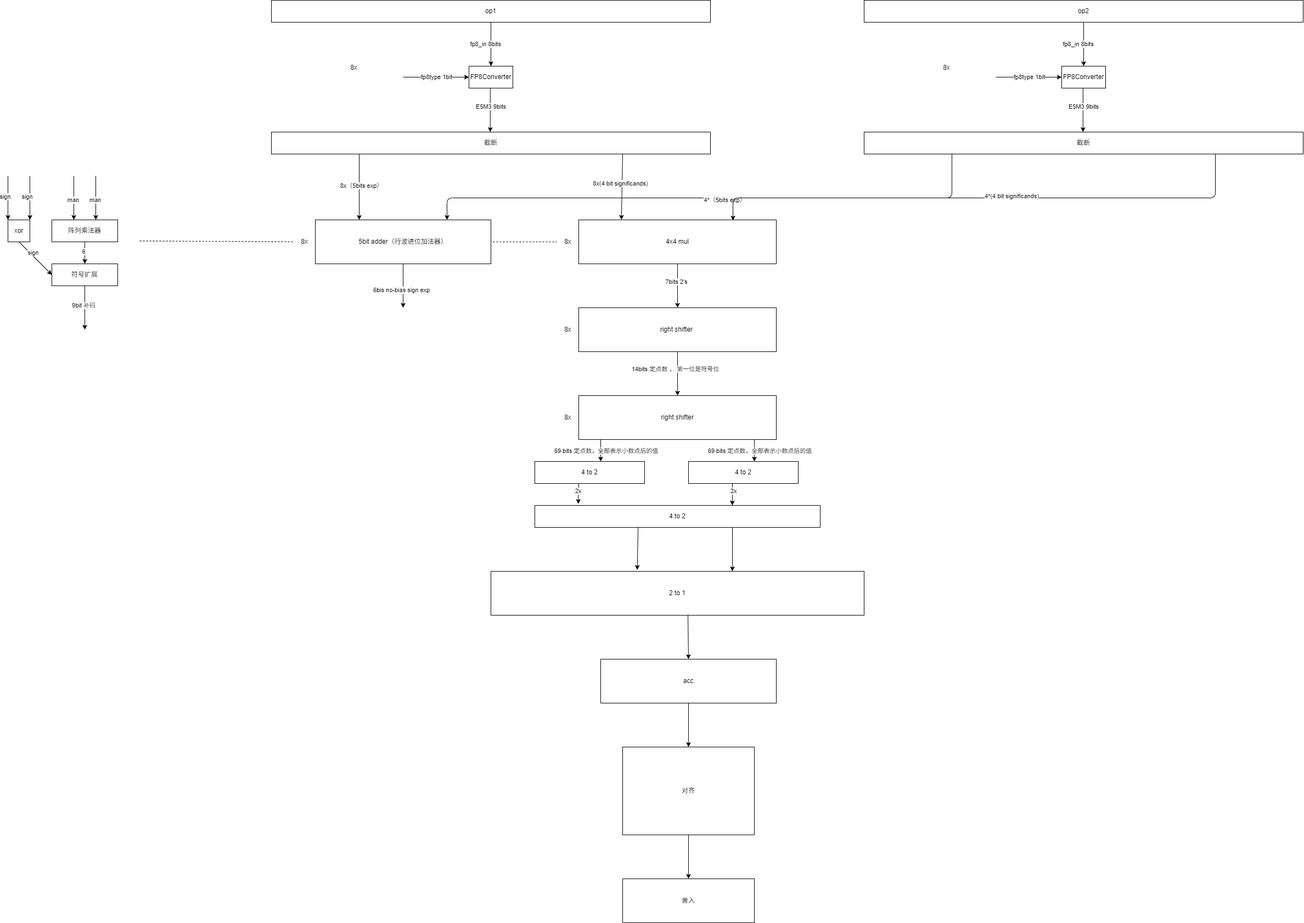
This is image.drawio.png from curryfromuestc/FP8fpu, a draw.io export, as it was before one commit. Source tidied: cells renumbered, new cells last; positions are measured from the earlier drawing's top-left corner, leaving out a move shared by most shapes.
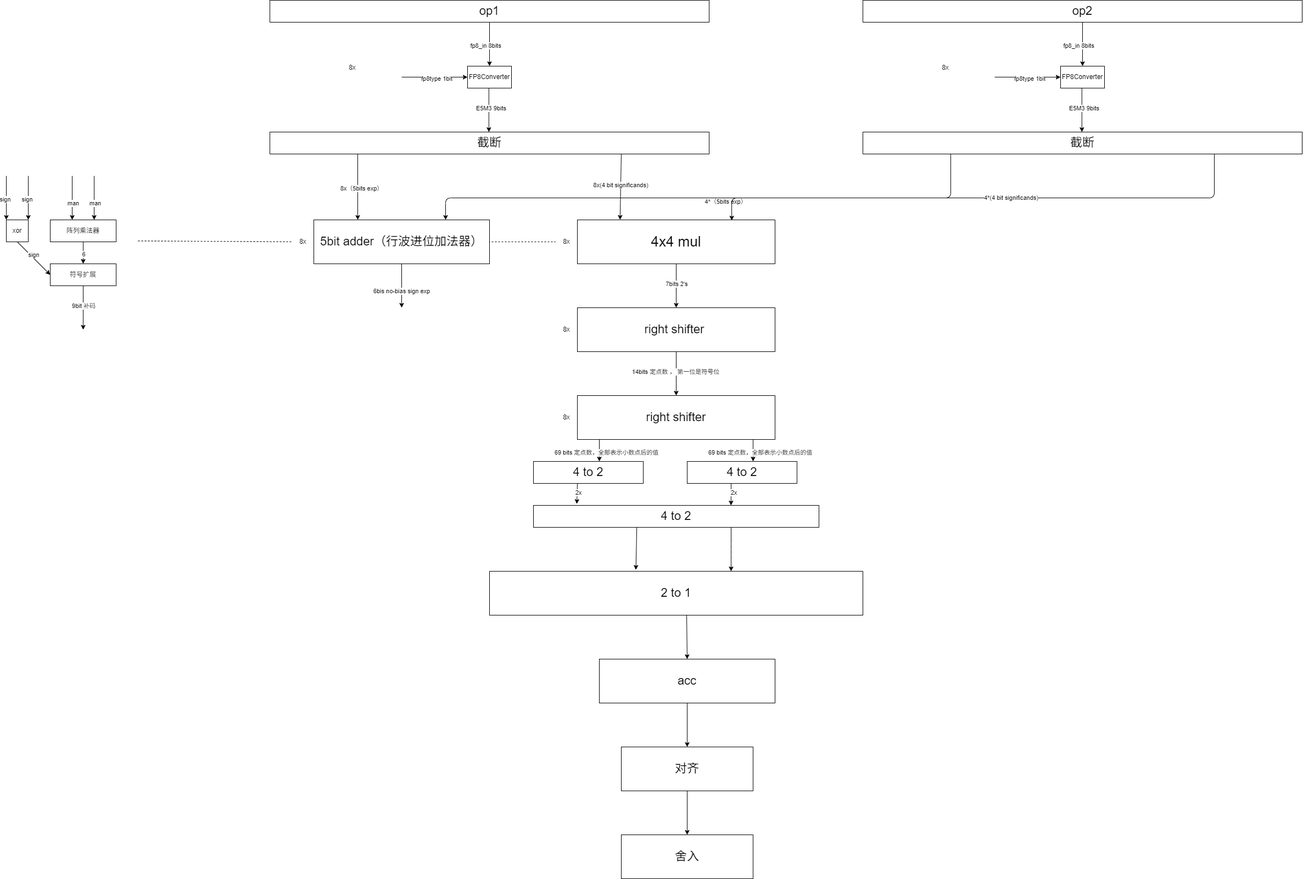
After the commit.

Change to the diagram source:
```diff
@@ -38,10 +38,10 @@
         <mxPoint x="2" as="offset" />
       </mxGeometry>
     </mxCell>
-    <mxCell id="9" value="op1" style="rounded=0;whiteSpace=wrap;html=1;" parent="1" vertex="1">
+    <mxCell id="9" value="&lt;font style=&quot;font-size: 22px;&quot;&gt;op1&lt;/font&gt;" style="rounded=0;whiteSpace=wrap;html=1;" parent="1" vertex="1">
       <mxGeometry x="480" width="800" height="40" as="geometry" />
     </mxCell>
-    <mxCell id="10" value="截断" style="rounded=0;whiteSpace=wrap;html=1;" parent="1" vertex="1">
+    <mxCell id="10" value="&lt;font style=&quot;font-size: 22px;&quot;&gt;截断&lt;/font&gt;" style="rounded=0;whiteSpace=wrap;html=1;" parent="1" vertex="1">
       <mxGeometry x="480" y="240" width="800" height="40" as="geometry" />
     </mxCell>
     <mxCell id="11" style="endArrow=classic;html=1;entryX=0.25;entryY=0;entryDx=0;entryDy=0;" parent="1" edge="1" target="40">
@@ -84,7 +84,7 @@
     <mxCell id="18" value="4*(4 bit significands)" style="edgeLabel;html=1;align=center;verticalAlign=middle;" parent="17" vertex="1">
       <mxGeometry x="-0.1" y="-3" relative="1" as="geometry" />
     </mxCell>
-    <mxCell id="19" value="4x4 mul" style="rounded=0;whiteSpace=wrap;html=1;" parent="1" vertex="1">
+    <mxCell id="19" value="&lt;font style=&quot;font-size: 26px;&quot;&gt;4x4 mul&lt;/font&gt;" style="rounded=0;whiteSpace=wrap;html=1;" parent="1" vertex="1">
       <mxGeometry x="1040" y="400" width="360" height="80" as="geometry" />
     </mxCell>
     <mxCell id="20" style="endArrow=none;dashed=1;html=1;" parent="1" edge="1" source="39">
@@ -169,7 +169,7 @@
     <mxCell id="39" value="8x" style="text;html=1;align=center;verticalAlign=middle;points=[];strokeColor=none;fillColor=none;" parent="1" vertex="1">
       <mxGeometry x="1000" y="425" width="40" height="30" as="geometry" />
     </mxCell>
-    <mxCell id="40" value="5bit adder（行波进位加法器）" style="rounded=0;whiteSpace=wrap;html=1;" parent="1" vertex="1">
+    <mxCell id="40" value="&lt;font style=&quot;font-size: 22px;&quot;&gt;5bit adder（行波进位加法器）&lt;/font&gt;" style="rounded=0;whiteSpace=wrap;html=1;" parent="1" vertex="1">
       <mxGeometry x="560" y="400" width="320" height="80" as="geometry" />
     </mxCell>
     <mxCell id="41" style="endArrow=none;dashed=1;html=1;" parent="1" edge="1" target="42">
@@ -198,7 +198,7 @@
     <mxCell id="46" value="6bis no-bias sign exp" style="edgeLabel;html=1;align=center;verticalAlign=middle;" parent="45" vertex="1">
       <mxGeometry x="0.19" y="-3" relative="1" as="geometry" />
     </mxCell>
-    <mxCell id="47" value="right shifter&amp;nbsp;" style="rounded=0;whiteSpace=wrap;html=1;" parent="1" vertex="1">
+    <mxCell id="47" value="&lt;font style=&quot;font-size: 22px;&quot;&gt;right shifter&amp;nbsp;&lt;/font&gt;" style="rounded=0;whiteSpace=wrap;html=1;" parent="1" vertex="1">
       <mxGeometry x="1040" y="560" width="360" height="80" as="geometry" />
     </mxCell>
     <mxCell id="48" style="endArrow=classic;html=1;" parent="1" edge="1">
@@ -213,7 +213,7 @@
     <mxCell id="50" value="8x" style="text;html=1;align=center;verticalAlign=middle;strokeColor=none;fillColor=none;" parent="1" vertex="1">
       <mxGeometry x="1000" y="585" width="40" height="30" as="geometry" />
     </mxCell>
-    <mxCell id="51" value="right shifter" style="rounded=0;whiteSpace=wrap;html=1;" parent="1" vertex="1">
+    <mxCell id="51" value="&lt;font style=&quot;font-size: 22px;&quot;&gt;right shifter&lt;/font&gt;" style="rounded=0;whiteSpace=wrap;html=1;" parent="1" vertex="1">
       <mxGeometry x="1040" y="720" width="360" height="80" as="geometry" />
     </mxCell>
     <mxCell id="52" style="endArrow=classic;html=1;" parent="1" edge="1">
@@ -230,10 +230,10 @@
     <mxCell id="54" value="8x" style="text;html=1;align=center;verticalAlign=middle;strokeColor=none;fillColor=none;" parent="1" vertex="1">
       <mxGeometry x="1000" y="745" width="40" height="30" as="geometry" />
     </mxCell>
-    <mxCell id="55" value="4 to 2" style="rounded=0;whiteSpace=wrap;html=1;" parent="1" vertex="1">
+    <mxCell id="55" value="&lt;font style=&quot;font-size: 22px;&quot;&gt;4 to 2&lt;/font&gt;" style="rounded=0;whiteSpace=wrap;html=1;" parent="1" vertex="1">
       <mxGeometry x="960" y="840" width="200" height="40" as="geometry" />
     </mxCell>
-    <mxCell id="56" value="2 to 1" style="rounded=0;whiteSpace=wrap;html=1;" parent="1" vertex="1">
+    <mxCell id="56" value="&lt;font style=&quot;font-size: 22px;&quot;&gt;2 to 1&lt;/font&gt;" style="rounded=0;whiteSpace=wrap;html=1;" parent="1" vertex="1">
       <mxGeometry x="880" y="1040" width="680" height="80" as="geometry" />
     </mxCell>
     <mxCell id="57" style="endArrow=classic;html=1;entryX=0.392;entryY=-0.033;entryDx=0;entryDy=0;entryPerimeter=0;exitX=0.362;exitY=0.976;exitDx=0;exitDy=0;exitPerimeter=0;" parent="1" edge="1" source="75" target="56">
@@ -247,22 +247,22 @@
         </Array>
       </mxGeometry>
     </mxCell>
-    <mxCell id="59" value="acc" style="rounded=0;whiteSpace=wrap;html=1;" parent="1" vertex="1">
+    <mxCell id="59" value="&lt;font style=&quot;font-size: 22px;&quot;&gt;acc&lt;/font&gt;" style="rounded=0;whiteSpace=wrap;html=1;" parent="1" vertex="1">
       <mxGeometry x="1080" y="1200" width="320" height="80" as="geometry" />
     </mxCell>
-    <mxCell id="60" value="对齐" style="rounded=0;whiteSpace=wrap;html=1;" parent="1" vertex="1">
-      <mxGeometry x="1120" y="1360" width="240" height="160" as="geometry" />
+    <mxCell id="60" value="&lt;font style=&quot;font-size: 22px;&quot;&gt;对齐&lt;/font&gt;" style="rounded=0;whiteSpace=wrap;html=1;" parent="1" vertex="1">
+      <mxGeometry x="1120" y="1360" width="240" height="80" as="geometry" />
     </mxCell>
     <mxCell id="61" style="endArrow=classic;html=1;entryX=0.5;entryY=0;entryDx=0;entryDy=0;exitX=0.5;exitY=1;exitDx=0;exitDy=0;" parent="1" edge="1" source="59" target="60">
       <mxGeometry relative="1" as="geometry" />
     </mxCell>
     <mxCell id="62" style="endArrow=classic;html=1;entryX=0.5;entryY=0;entryDx=0;entryDy=0;" parent="1" edge="1" target="63">
       <mxGeometry relative="1" as="geometry">
-        <mxPoint x="1240" y="1520" as="sourcePoint" />
+        <mxPoint x="1240" y="1440" as="sourcePoint" />
       </mxGeometry>
     </mxCell>
-    <mxCell id="63" value="舍入" style="rounded=0;whiteSpace=wrap;html=1;" parent="1" vertex="1">
-      <mxGeometry x="1120" y="1600" width="240" height="80" as="geometry" />
+    <mxCell id="63" value="&lt;font style=&quot;font-size: 22px;&quot;&gt;舍入&lt;/font&gt;" style="rounded=0;whiteSpace=wrap;html=1;" parent="1" vertex="1">
+      <mxGeometry x="1120" y="1520" width="240" height="80" as="geometry" />
     </mxCell>
     <mxCell id="64" value="8x" style="text;html=1;align=center;verticalAlign=middle;strokeColor=none;fillColor=none;" parent="1" vertex="1">
       <mxGeometry x="610" y="108" width="40" height="30" as="geometry" />
@@ -303,16 +303,16 @@
         <mxPoint x="2" as="offset" />
       </mxGeometry>
     </mxCell>
-    <mxCell id="72" value="op2" style="rounded=0;whiteSpace=wrap;html=1;" parent="1" vertex="1">
+    <mxCell id="72" value="&lt;font style=&quot;font-size: 22px;&quot;&gt;op2&lt;/font&gt;" style="rounded=0;whiteSpace=wrap;html=1;" parent="1" vertex="1">
       <mxGeometry x="1560" width="800" height="40" as="geometry" />
     </mxCell>
-    <mxCell id="73" value="截断" style="rounded=0;whiteSpace=wrap;html=1;" parent="1" vertex="1">
+    <mxCell id="73" value="&lt;font style=&quot;font-size: 22px;&quot;&gt;截断&lt;/font&gt;" style="rounded=0;whiteSpace=wrap;html=1;" parent="1" vertex="1">
       <mxGeometry x="1560" y="240" width="800" height="40" as="geometry" />
     </mxCell>
     <mxCell id="74" value="8x" style="text;html=1;align=center;verticalAlign=middle;strokeColor=none;fillColor=none;" parent="1" vertex="1">
       <mxGeometry x="1690" y="108" width="40" height="30" as="geometry" />
     </mxCell>
-    <mxCell id="75" value="4 to 2" style="rounded=0;whiteSpace=wrap;html=1;" parent="1" vertex="1">
+    <mxCell id="75" value="&lt;font style=&quot;font-size: 22px;&quot;&gt;4 to 2&lt;/font&gt;" style="rounded=0;whiteSpace=wrap;html=1;" parent="1" vertex="1">
       <mxGeometry x="960" y="920" width="520" height="40" as="geometry" />
     </mxCell>
     <mxCell id="76" style="endArrow=classic;html=1;" parent="1" edge="1">
@@ -326,7 +326,7 @@
         <mxPoint x="8" y="1" as="offset" />
       </mxGeometry>
     </mxCell>
-    <mxCell id="78" value="4 to 2" style="rounded=0;whiteSpace=wrap;html=1;" parent="1" vertex="1">
+    <mxCell id="78" value="&lt;font style=&quot;font-size: 22px;&quot;&gt;4 to 2&lt;/font&gt;" style="rounded=0;whiteSpace=wrap;html=1;" parent="1" vertex="1">
       <mxGeometry x="1240" y="840" width="200" height="40" as="geometry" />
     </mxCell>
     <mxCell id="79" style="endArrow=classic;html=1;entryX=0.152;entryY=-0.067;entryDx=0;entryDy=0;entryPerimeter=0;" parent="1" edge="1" target="75">
```
